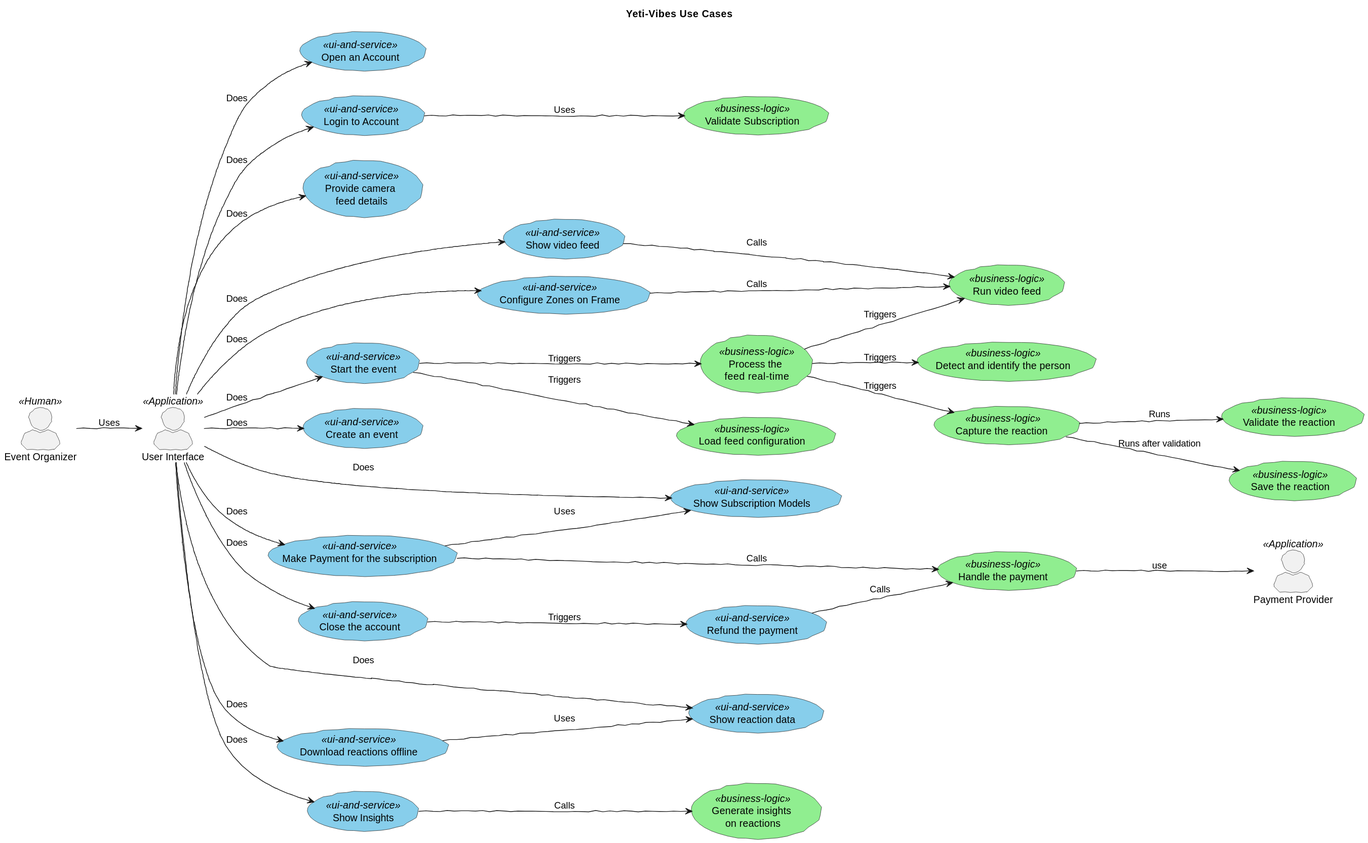
This is docs/diagrams/out/yeti_vibes_use_case_diagram.svg from backendkolawole/yeti-crowd-insights, a PlantUML export, as it was before one commit.
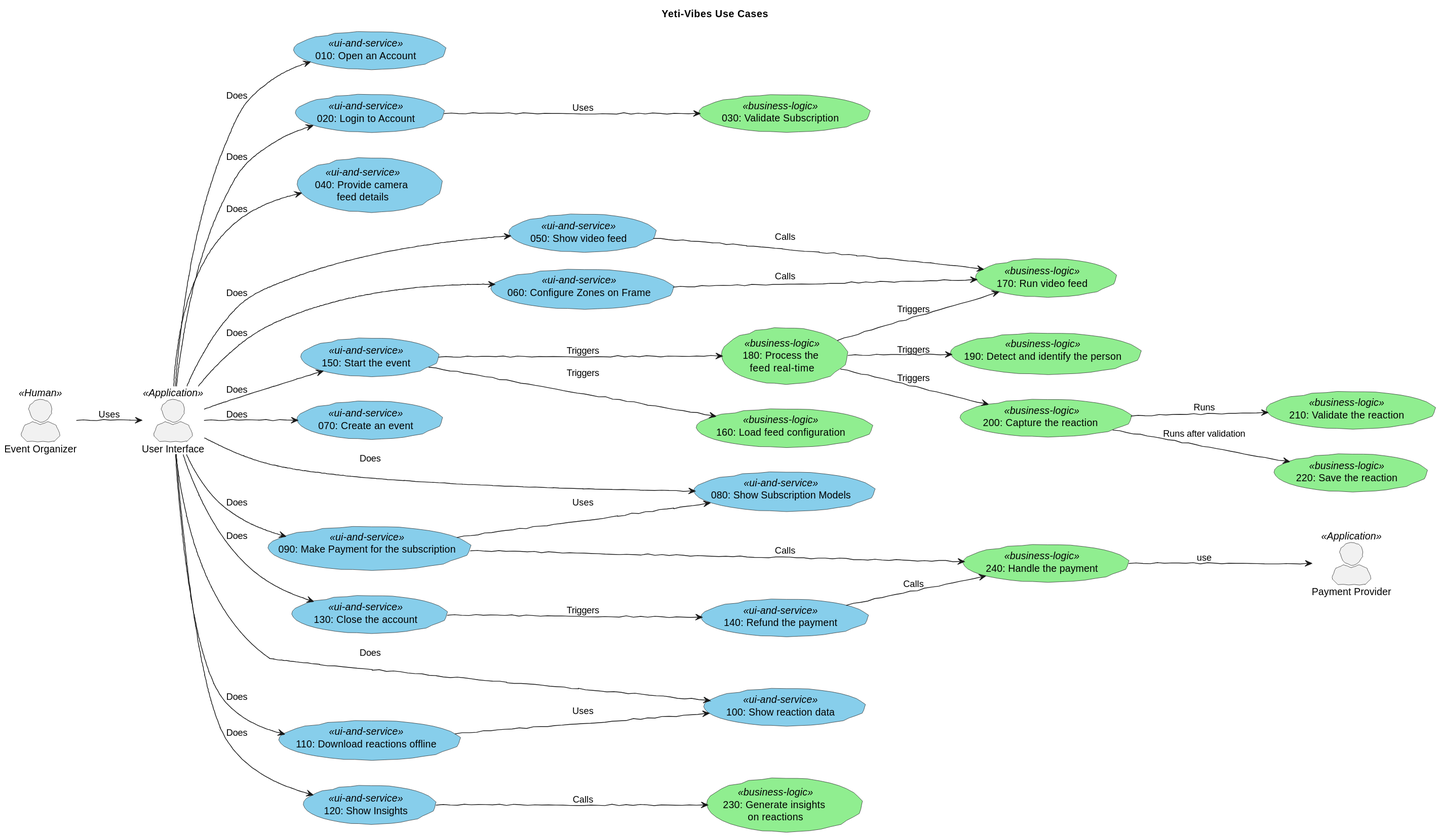
After the commit.

Commit message:
Load Feed configuration use-case detail created

The edit, as a diff of the source:
```diff
@@ -15,33 +15,33 @@
 actor :Payment Provider: as PaymentProvider <<Application>>
 
 
-    usecase OpenAccount as "Open an Account" <<ui-and-service>>
-    usecase Login as "Login to Account" <<ui-and-service>>
-    usecase ValidateSubscription as "Validate Subscription" <<business-logic>>
-    usecase ConfigureCamera as "Provide camera \nfeed details" <<ui-and-service>>
-    usecase ShowVideoFeed as "Show video feed" <<ui-and-service>>
-    usecase ConfigureFrame as "Configure Zones on Frame" <<ui-and-service>>
-    usecase CreateEvent as "Create an event" <<ui-and-service>>
-    usecase ShowSubscriptions as "Show Subscription Models" <<ui-and-service>>
-    usecase MakePayment as "Make Payment for the subscription" <<ui-and-service>>
-    usecase ShowReactions as "Show reaction data" <<ui-and-service>>
-    usecase DownloadReactions as "Download reactions offline" <<ui-and-service>>
-    usecase ShowInsights as "Show Insights" <<ui-and-service>>
-    usecase CloseAccount as "Close the account" <<ui-and-service>>
-    usecase RefundPayment as "Refund the payment" <<ui-and-service>>
-    usecase StartEvent as "Start the event" <<ui-and-service>>
+    usecase OpenAccount as "010: Open an Account" <<ui-and-service>>
+    usecase Login as "020: Login to Account" <<ui-and-service>>
+    usecase ValidateSubscription as "030: Validate Subscription" <<business-logic>>
+    usecase ConfigureCamera as "040: Provide camera \nfeed details" <<ui-and-service>>
+    usecase ShowVideoFeed as "050: Show video feed" <<ui-and-service>>
+    usecase ConfigureFrame as "060: Configure Zones on Frame" <<ui-and-service>>
+    usecase CreateEvent as "070: Create an event" <<ui-and-service>>
+    usecase ShowSubscriptions as "080: Show Subscription Models" <<ui-and-service>>
+    usecase MakePayment as "090: Make Payment for the subscription" <<ui-and-service>>
+    usecase ShowReactions as "100: Show reaction data" <<ui-and-service>>
+    usecase DownloadReactions as "110: Download reactions offline" <<ui-and-service>>
+    usecase ShowInsights as "120: Show Insights" <<ui-and-service>>
+    usecase CloseAccount as "130: Close the account" <<ui-and-service>>
+    usecase RefundPayment as "140: Refund the payment" <<ui-and-service>>
+    usecase StartEvent as "150: Start the event" <<ui-and-service>>
 
 
 
-    usecase LoadConfiguration as "Load feed configuration" <<business-logic>>
-    usecase RunFeed as "Run video feed" <<business-logic>>
-    usecase ProcessFeed as "Process the \nfeed  real-time" <<business-logic>>
-    usecase IdentifyPerson as "Detect and identify the person" <<business-logic>>
-    usecase CaptureReaction as "Capture the reaction " <<business-logic>>
-    usecase ValidateReaction as "Validate the reaction" <<business-logic>>
-    usecase SaveReaction as "Save the reaction" <<business-logic>>
-    usecase GenerateInsights as "Generate insights \non reactions" <<business-logic>>
-    usecase HandlePayment as "Handle the payment" <<business-logic>>
+    usecase LoadConfiguration as "160: Load feed configuration" <<business-logic>>
+    usecase RunFeed as "170: Run video feed" <<business-logic>>
+    usecase ProcessFeed as "180: Process the \nfeed  real-time" <<business-logic>>
+    usecase IdentifyPerson as "190: Detect and identify the person" <<business-logic>>
+    usecase CaptureReaction as "200: Capture the reaction " <<business-logic>>
+    usecase ValidateReaction as "210: Validate the reaction" <<business-logic>>
+    usecase SaveReaction as "220: Save the reaction" <<business-logic>>
+    usecase GenerateInsights as "230: Generate insights \non reactions" <<business-logic>>
+    usecase HandlePayment as "240: Handle the payment" <<business-logic>>
 
 
 Client --> UI : Uses
```
